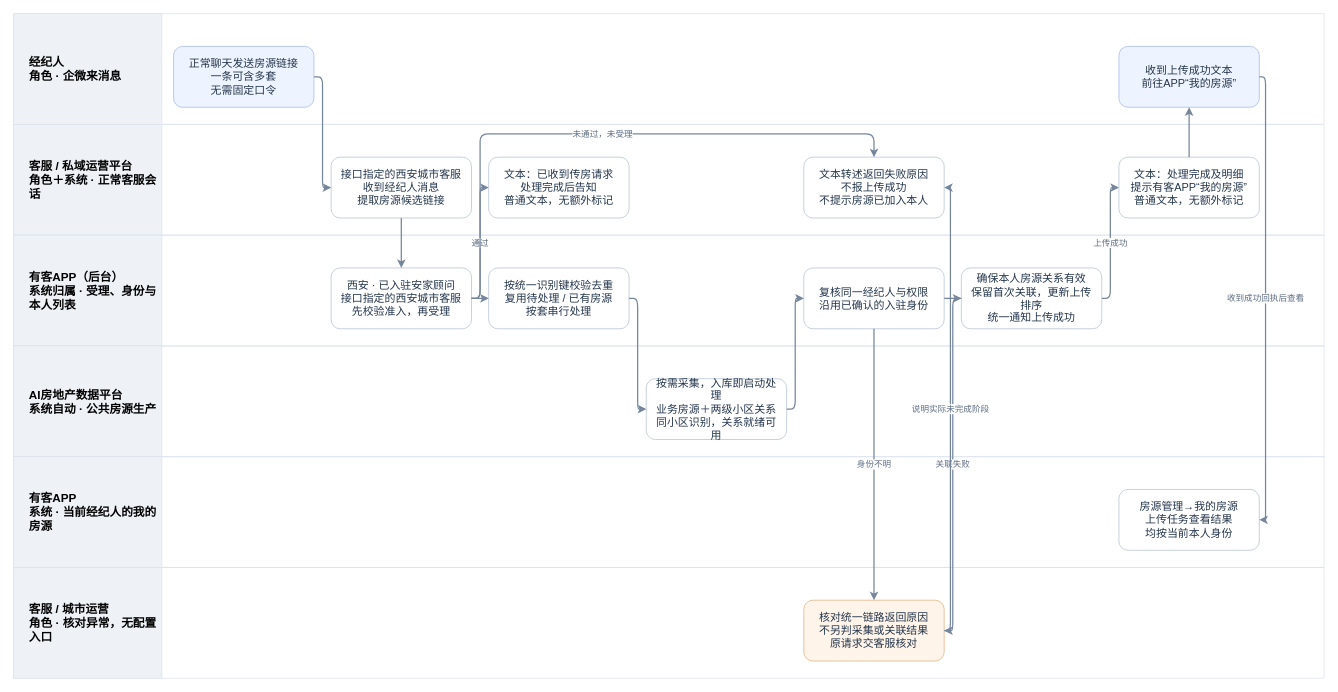
Earlier version of the draw.io diagram page "企微上传｜客服视角、准入与完成回执" (3 of 3) of B端发房共用资源/V3.0-B端房源上传与管理-角色与系统业务流程.drawio (JZT-AI/ai-real-estate-platform-v3-prototype). Source tidied: cells renumbered, new cells numbered last; positions are measured from the earlier drawing's top-left corner, leaving out a move shared by most shapes. Both pictures are drawn from the tidied source at 78%, with x=0, y=0 at pixel (13, 13).
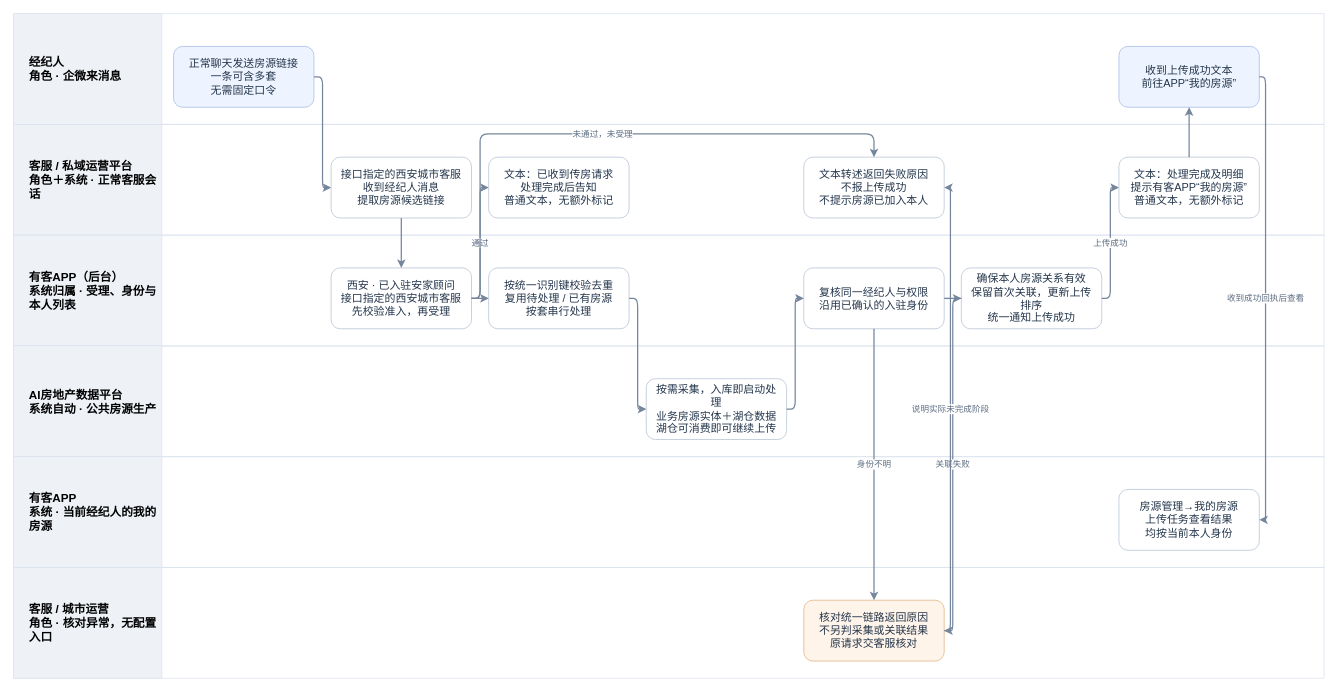
After the change.

The change refers to these unchanged cells:
```xml
<mxCell id="8" style="swimlane;horizontal=1;startSize=0;fillColor=#f8fafc;strokeColor=#dce3ed;" parent="1" vertex="1">
  <mxGeometry y="426" width="1680" height="142" as="geometry" />
</mxCell>
```

What changed in the source:
```diff
@@
-    <mxCell id="19" value="按需采集，入库即启动处理&lt;br&gt;业务房源＋两级小区关系&lt;br&gt;同小区识别，关系就绪可用" style="rounded=1;whiteSpace=wrap;html=1;fillColor=#fff;strokeColor=#b7c4d5;fontColor=#24364c;fontSize=14;spacing=8;" parent="8" vertex="1">
+    <mxCell id="19" value="按需采集，入库即启动处理&lt;br&gt;业务房源实体＋湖仓数据&lt;br&gt;湖仓可消费即可继续上传" style="rounded=1;whiteSpace=wrap;html=1;fillColor=#fff;strokeColor=#b7c4d5;fontColor=#24364c;fontSize=14;spacing=8;" parent="8" vertex="1">
       <mxGeometry x="811" y="42" width="180" height="78" as="geometry" />
     </mxCell>
```
